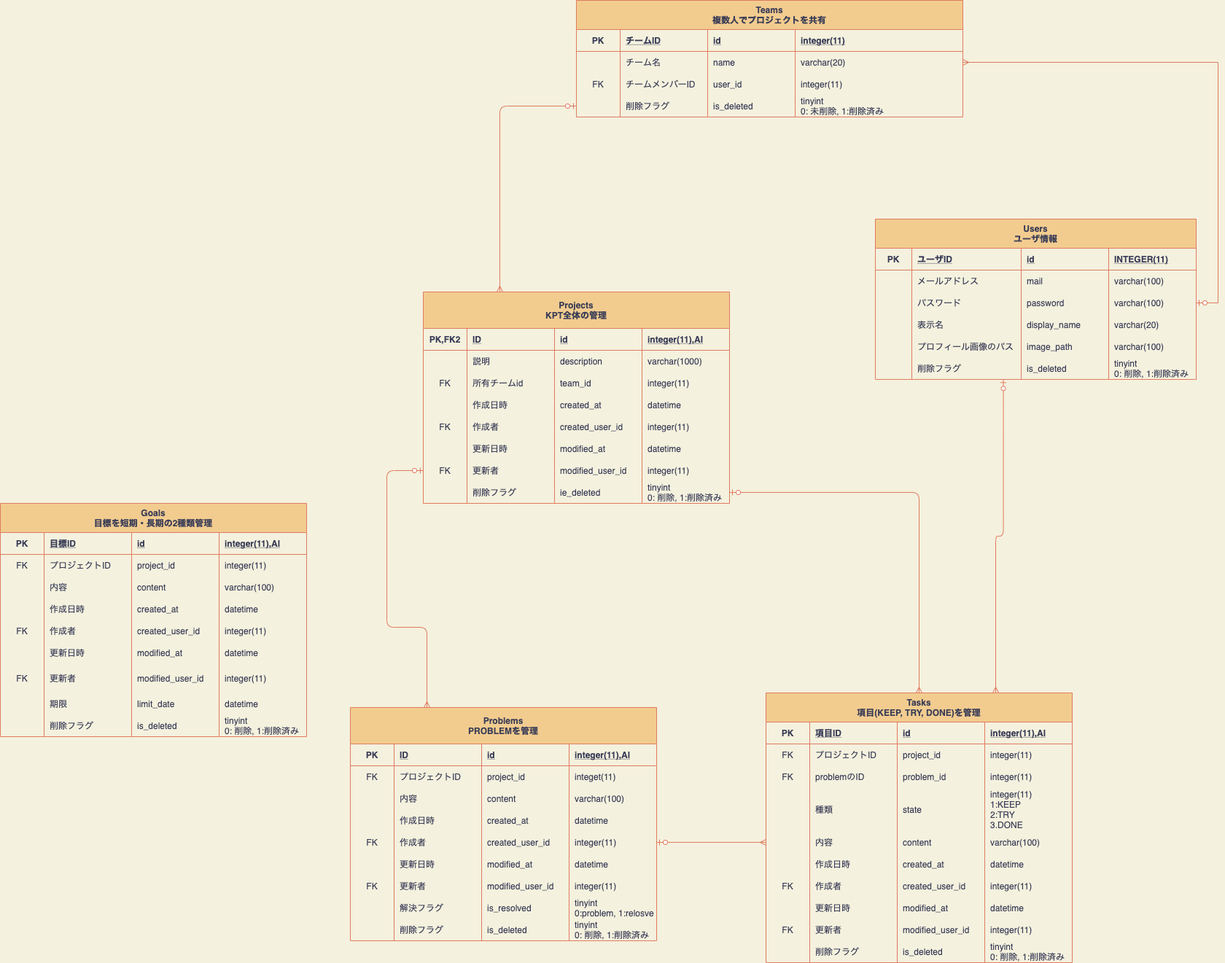
Earlier version of the draw.io export database_er_diagram.png (nanas773/kpt-design). Source tidied: cells renumbered, new cells last; positions are measured from the earlier drawing's top-left corner, leaving out a move shared by most shapes.
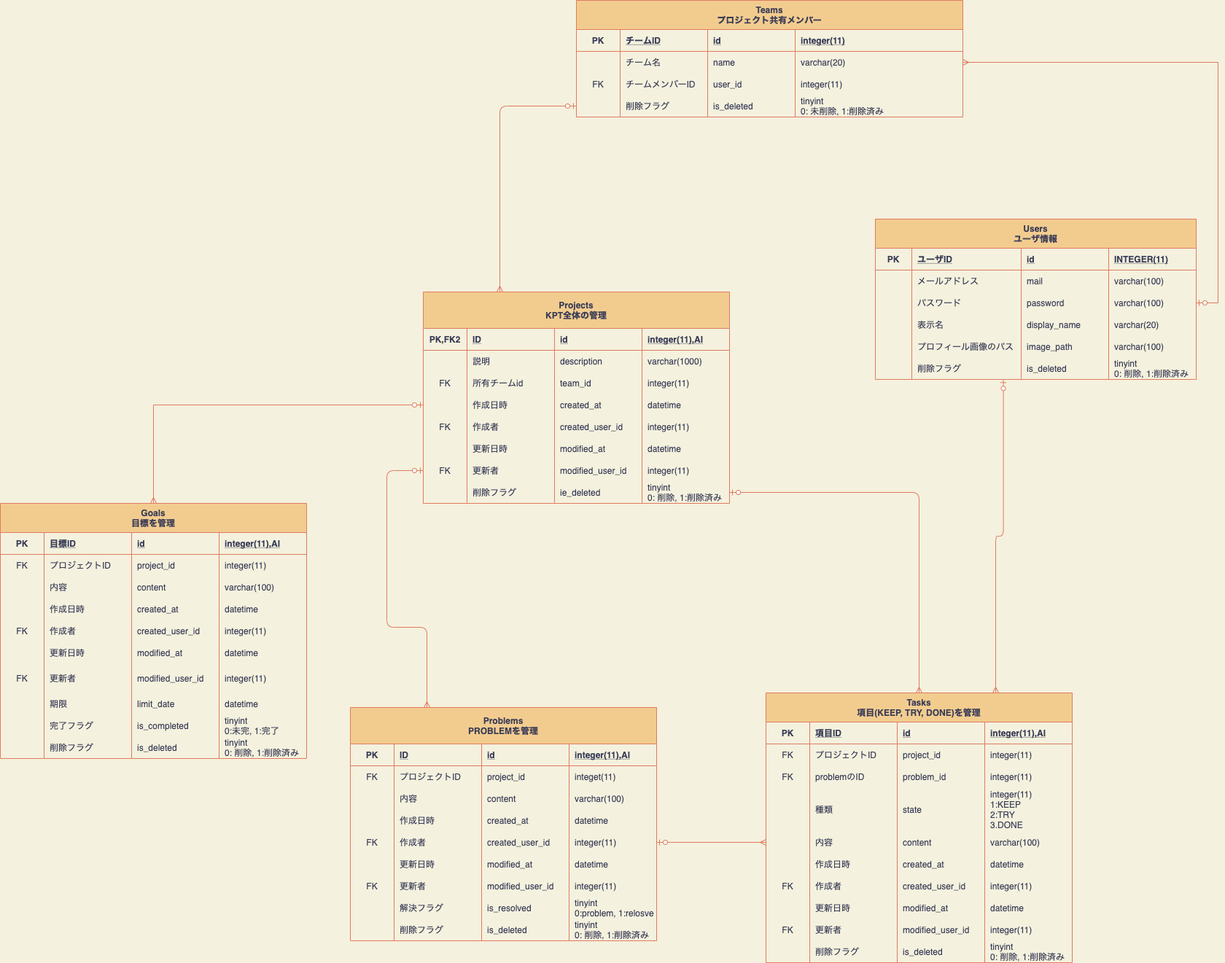
After the change.

Commit message:
Fix: 画像の書き出し

The edit, as a diff of the source:
```diff
@@ -104,7 +104,7 @@
     <mxCell id="35" style="edgeStyle=orthogonalEdgeStyle;curved=0;rounded=1;sketch=0;jettySize=auto;html=1;exitX=0.5;exitY=1;exitDx=0;exitDy=0;entryX=1;entryY=0.5;entryDx=0;entryDy=0;startArrow=ERzeroToOne;startFill=1;endArrow=ERmany;endFill=0;strokeColor=#E07A5F;fillColor=#F2CC8F;fontColor=#393C56;labelBackgroundColor=#F4F1DE;" parent="1" edge="1" source="36">
       <mxGeometry relative="1" as="geometry" />
     </mxCell>
-    <mxCell id="36" value="Teams&#10;複数人でプロジェクトを共有" style="shape=table;startSize=40;rowLines=0;fontStyle=1;align=center;rounded=0;sketch=0;strokeColor=#E07A5F;fillColor=#F2CC8F;fontColor=#393C56;" parent="1" vertex="1">
+    <mxCell id="36" value="Teams&#10;プロジェクト共有メンバー" style="shape=table;startSize=40;rowLines=0;fontStyle=1;align=center;rounded=0;sketch=0;strokeColor=#E07A5F;fillColor=#F2CC8F;fontColor=#393C56;" parent="1" vertex="1">
       <mxGeometry x="790" width="530" height="160" as="geometry" />
     </mxCell>
     <mxCell id="37" style="shape=partialRectangle;fillColor=none;top=0;left=0;bottom=1;right=0;strokeColor=#E07A5F;fontColor=#393C56;" parent="36" vertex="1">
@@ -601,8 +601,8 @@
     <mxCell id="197" style="edgeStyle=orthogonalEdgeStyle;curved=0;rounded=1;sketch=0;jettySize=auto;html=1;exitX=1;exitY=0.5;exitDx=0;exitDy=0;startArrow=ERzeroToOne;startFill=1;endArrow=ERmany;endFill=0;strokeColor=#E07A5F;fillColor=#F2CC8F;fontColor=#393C56;labelBackgroundColor=#F4F1DE;" parent="1" edge="1" source="191" target="58">
       <mxGeometry relative="1" as="geometry" />
     </mxCell>
-    <mxCell id="198" value="Goals&#10;目標を短期・長期の2種類管理" style="shape=table;startSize=40;rowLines=0;fontStyle=1;align=center;fillColor=#F2CC8F;strokeColor=#E07A5F;fontColor=#393C56;" parent="1" vertex="1">
-      <mxGeometry y="690" width="420" height="320" as="geometry" />
+    <mxCell id="198" value="Goals&#10;目標を管理" style="shape=table;startSize=40;rowLines=0;fontStyle=1;align=center;fillColor=#F2CC8F;strokeColor=#E07A5F;fontColor=#393C56;" parent="1" vertex="1">
+      <mxGeometry y="690" width="420" height="350" as="geometry" />
     </mxCell>
     <mxCell id="199" style="shape=partialRectangle;fillColor=none;top=0;left=0;bottom=1;right=0;strokeColor=#E07A5F;fontColor=#393C56;" parent="198" vertex="1">
       <mxGeometry y="40" width="420" height="30" as="geometry" />
@@ -724,8 +724,23 @@
     <mxCell id="238" value="datetime" style="shape=partialRectangle;fillColor=none;top=0;left=0;bottom=0;right=0;align=left;spacingLeft=6;overflow=hidden;strokeColor=#E07A5F;fontColor=#393C56;" parent="234" vertex="1">
       <mxGeometry x="300" width="120" height="30" as="geometry" />
     </mxCell>
+    <mxCell id="247" style="shape=partialRectangle;fillColor=none;top=0;left=0;bottom=0;right=0;strokeColor=#E07A5F;fontColor=#393C56;" parent="198" vertex="1">
+      <mxGeometry y="290" width="420" height="30" as="geometry" />
+    </mxCell>
+    <mxCell id="248" style="shape=partialRectangle;fillColor=none;top=0;left=0;bottom=0;right=0;overflow=hidden;strokeColor=#E07A5F;fontColor=#393C56;" parent="247" vertex="1">
+      <mxGeometry width="60" height="30" as="geometry" />
+    </mxCell>
+    <mxCell id="249" value="完了フラグ" style="shape=partialRectangle;fillColor=none;top=0;left=0;bottom=0;right=0;align=left;spacingLeft=6;overflow=hidden;strokeColor=#E07A5F;fontColor=#393C56;" parent="247" vertex="1">
+      <mxGeometry x="60" width="120" height="30" as="geometry" />
+    </mxCell>
+    <mxCell id="250" value="is_completed" style="shape=partialRectangle;fillColor=none;top=0;left=0;bottom=0;right=0;align=left;spacingLeft=6;overflow=hidden;strokeColor=#E07A5F;fontColor=#393C56;" parent="247" vertex="1">
+      <mxGeometry x="180" width="120" height="30" as="geometry" />
+    </mxCell>
+    <mxCell id="251" value="tinyint&#10;0:未完, 1:完了" style="shape=partialRectangle;fillColor=none;top=0;left=0;bottom=0;right=0;align=left;spacingLeft=6;overflow=hidden;strokeColor=#E07A5F;fontColor=#393C56;" parent="247" vertex="1">
+      <mxGeometry x="300" width="120" height="30" as="geometry" />
+    </mxCell>
     <mxCell id="239" style="shape=partialRectangle;fillColor=none;top=0;left=0;bottom=0;right=0;strokeColor=#E07A5F;fontColor=#393C56;" parent="198" vertex="1">
-      <mxGeometry y="290" width="420" height="30" as="geometry" />
+      <mxGeometry y="320" width="420" height="30" as="geometry" />
     </mxCell>
     <mxCell id="240" style="shape=partialRectangle;fillColor=none;top=0;left=0;bottom=0;right=0;overflow=hidden;strokeColor=#E07A5F;fontColor=#393C56;" parent="239" vertex="1">
       <mxGeometry width="60" height="30" as="geometry" />
@@ -752,5 +767,8 @@
     <mxCell id="246" style="edgeStyle=orthogonalEdgeStyle;curved=0;rounded=1;sketch=0;jettySize=auto;html=1;exitX=1;exitY=0.5;exitDx=0;exitDy=0;entryX=0;entryY=0.5;entryDx=0;entryDy=0;startArrow=ERzeroToOne;startFill=1;endArrow=ERmany;endFill=0;strokeColor=#E07A5F;fillColor=#F2CC8F;fontColor=#393C56;labelBackgroundColor=#F4F1DE;" parent="1" edge="1" source="130" target="79">
       <mxGeometry relative="1" as="geometry" />
     </mxCell>
+    <mxCell id="252" style="edgeStyle=orthogonalEdgeStyle;rounded=0;jettySize=auto;html=1;exitX=0;exitY=0.5;exitDx=0;exitDy=0;entryX=0.5;entryY=0;entryDx=0;entryDy=0;labelBackgroundColor=#F4F1DE;strokeColor=#E07A5F;fontColor=#393C56;endArrow=ERmany;endFill=0;startArrow=ERzeroToOne;startFill=1;" parent="1" edge="1" source="171" target="198">
+      <mxGeometry relative="1" as="geometry" />
+    </mxCell>
   </root>
 </mxGraphModel>
```
